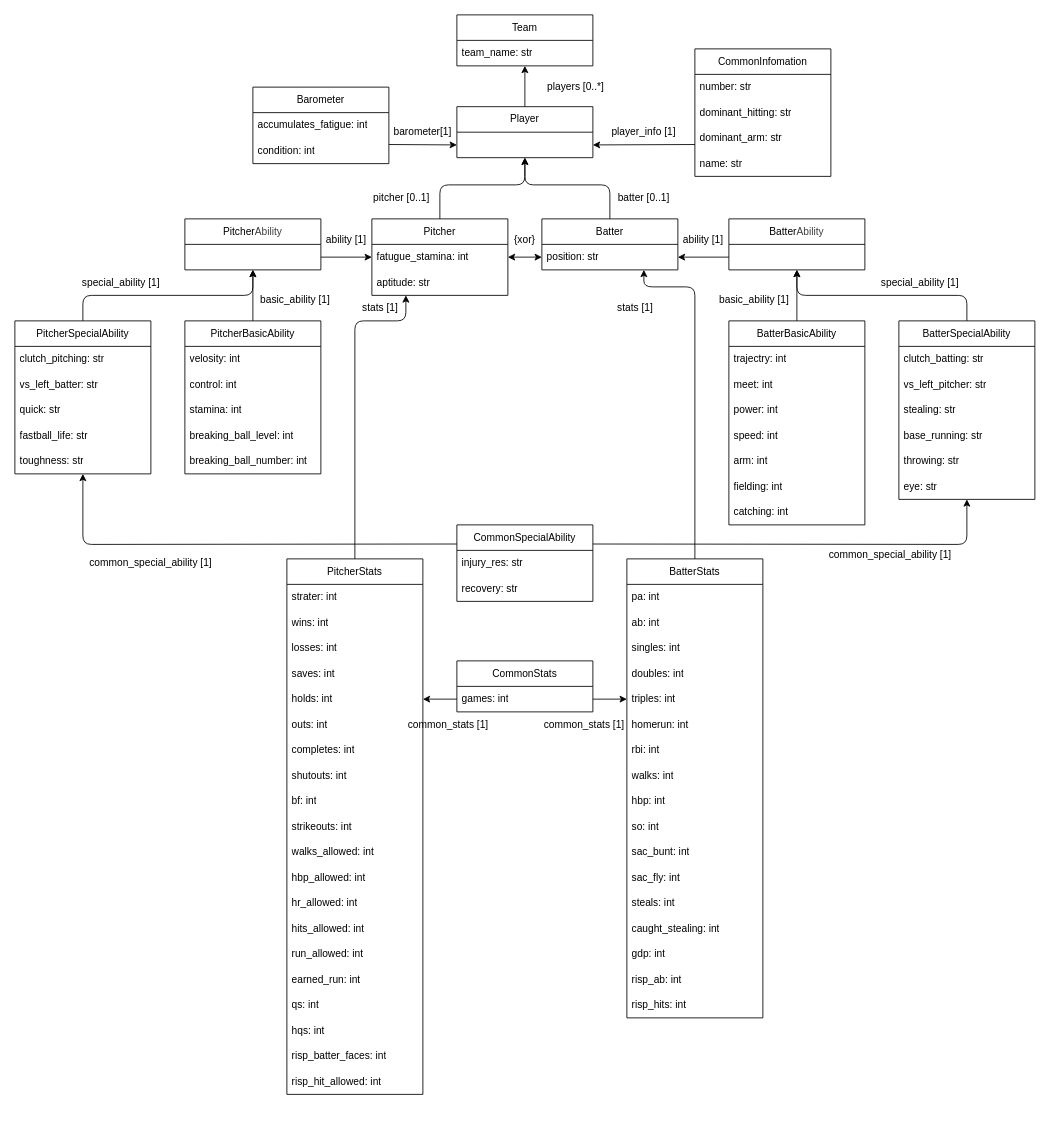
This is docs/data_model.drawio from kuwamin/baseball-simulator, a draw.io file, before an edit. Source tidied: cells renumbered, new cells numbered last; positions are measured from the earlier drawing's top-left corner, leaving out a move shared by most shapes. Both pictures are drawn from the tidied source at 85%, with x=0, y=0 at pixel (14, 14).
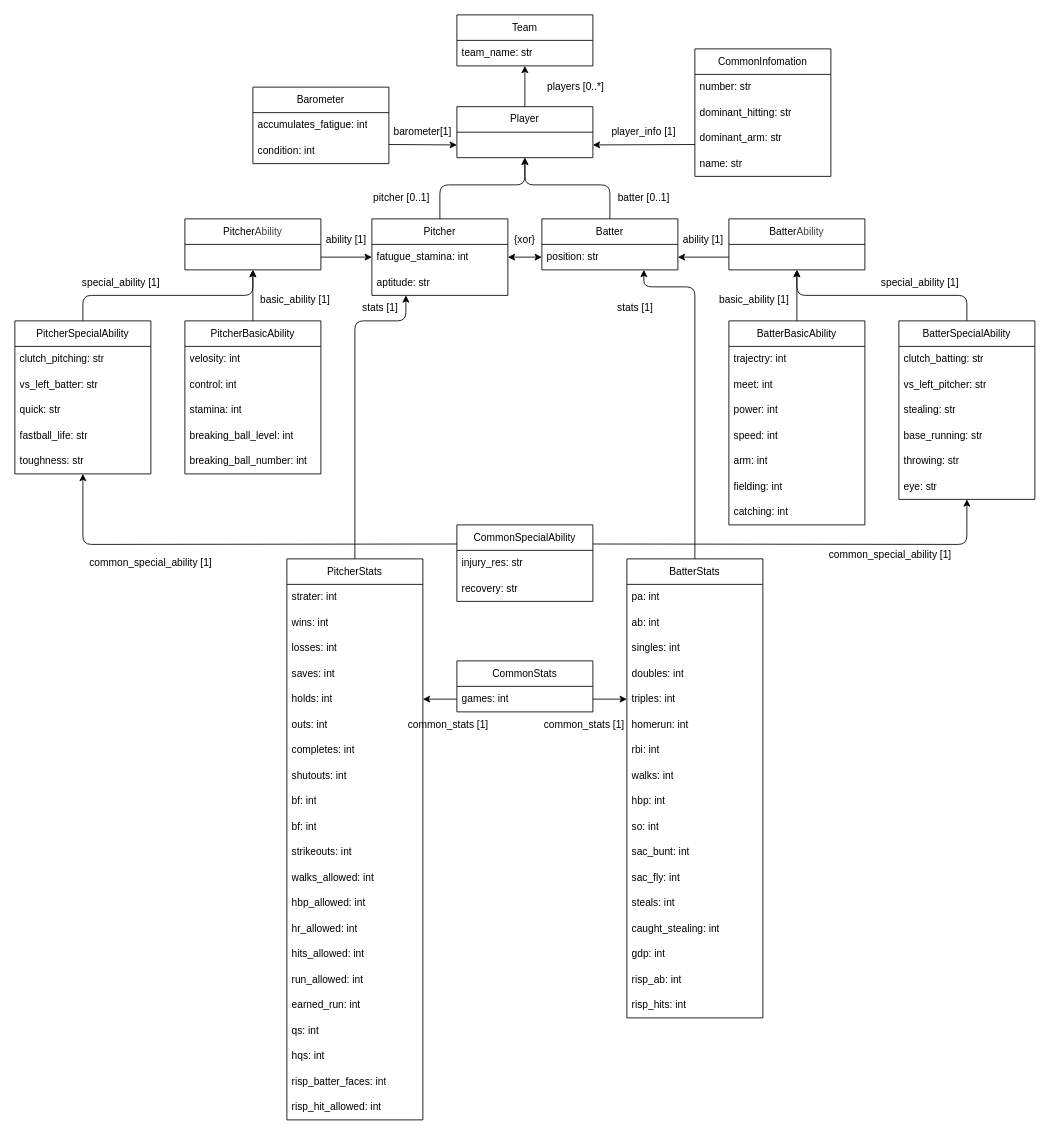
Above is the later version.

The edit, as a diff of the source:
```diff
@@
     <mxCell id="43" value="PitcherStats" style="swimlane;fontStyle=0;horizontal=1;startSize=30;whiteSpace=wrap;html=1;" parent="1" vertex="1">
-      <mxGeometry x="320" y="640" width="160" height="630" as="geometry" />
+      <mxGeometry x="320" y="640" width="160" height="660" as="geometry" />
     </mxCell>
@@
+    <mxCell id="127" value="bf: int" style="text;strokeColor=none;fillColor=none;align=left;verticalAlign=middle;spacingLeft=4;spacingRight=4;overflow=hidden;whiteSpace=wrap;html=1;" parent="43" vertex="1">
+      <mxGeometry y="300" width="160" height="30" as="geometry" />
+    </mxCell>
     <mxCell id="53" value="strikeouts: int" style="text;strokeColor=none;fillColor=none;align=left;verticalAlign=middle;spacingLeft=4;spacingRight=4;overflow=hidden;whiteSpace=wrap;html=1;" parent="43" vertex="1">
-      <mxGeometry y="300" width="160" height="30" as="geometry" />
+      <mxGeometry y="330" width="160" height="30" as="geometry" />
     </mxCell>
     <mxCell id="54" value="walks_allowed: int" style="text;strokeColor=none;fillColor=none;align=left;verticalAlign=middle;spacingLeft=4;spacingRight=4;overflow=hidden;whiteSpace=wrap;html=1;" parent="43" vertex="1">
-      <mxGeometry y="330" width="160" height="30" as="geometry" />
+      <mxGeometry y="360" width="160" height="30" as="geometry" />
     </mxCell>
     <mxCell id="55" value="hbp_allowed: int" style="text;strokeColor=none;fillColor=none;align=left;verticalAlign=middle;spacingLeft=4;spacingRight=4;overflow=hidden;whiteSpace=wrap;html=1;" parent="43" vertex="1">
-      <mxGeometry y="360" width="160" height="30" as="geometry" />
+      <mxGeometry y="390" width="160" height="30" as="geometry" />
     </mxCell>
     <mxCell id="56" value="hr_allowed: int" style="text;strokeColor=none;fillColor=none;align=left;verticalAlign=middle;spacingLeft=4;spacingRight=4;overflow=hidden;whiteSpace=wrap;html=1;" parent="43" vertex="1">
-      <mxGeometry y="390" width="160" height="30" as="geometry" />
+      <mxGeometry y="420" width="160" height="30" as="geometry" />
     </mxCell>
     <mxCell id="57" value="hits_allowed: int" style="text;strokeColor=none;fillColor=none;align=left;verticalAlign=middle;spacingLeft=4;spacingRight=4;overflow=hidden;whiteSpace=wrap;html=1;" parent="43" vertex="1">
-      <mxGeometry y="420" width="160" height="30" as="geometry" />
+      <mxGeometry y="450" width="160" height="30" as="geometry" />
     </mxCell>
     <mxCell id="58" value="run_allowed: int" style="text;strokeColor=none;fillColor=none;align=left;verticalAlign=middle;spacingLeft=4;spacingRight=4;overflow=hidden;whiteSpace=wrap;html=1;" parent="43" vertex="1">
-      <mxGeometry y="450" width="160" height="30" as="geometry" />
+      <mxGeometry y="480" width="160" height="30" as="geometry" />
     </mxCell>
     <mxCell id="59" value="earned_run: int" style="text;strokeColor=none;fillColor=none;align=left;verticalAlign=middle;spacingLeft=4;spacingRight=4;overflow=hidden;whiteSpace=wrap;html=1;" parent="43" vertex="1">
-      <mxGeometry y="480" width="160" height="30" as="geometry" />
+      <mxGeometry y="510" width="160" height="30" as="geometry" />
     </mxCell>
     <mxCell id="60" value="qs: int" style="text;strokeColor=none;fillColor=none;align=left;verticalAlign=middle;spacingLeft=4;spacingRight=4;overflow=hidden;whiteSpace=wrap;html=1;" parent="43" vertex="1">
-      <mxGeometry y="510" width="160" height="30" as="geometry" />
+      <mxGeometry y="540" width="160" height="30" as="geometry" />
     </mxCell>
     <mxCell id="61" value="hqs: int" style="text;strokeColor=none;fillColor=none;align=left;verticalAlign=middle;spacingLeft=4;spacingRight=4;overflow=hidden;whiteSpace=wrap;html=1;" parent="43" vertex="1">
-      <mxGeometry y="540" width="160" height="30" as="geometry" />
+      <mxGeometry y="570" width="160" height="30" as="geometry" />
     </mxCell>
     <mxCell id="62" value="risp_batter_faces: int" style="text;strokeColor=none;fillColor=none;align=left;verticalAlign=middle;spacingLeft=4;spacingRight=4;overflow=hidden;whiteSpace=wrap;html=1;" parent="43" vertex="1">
-      <mxGeometry y="570" width="160" height="30" as="geometry" />
+      <mxGeometry y="600" width="160" height="30" as="geometry" />
     </mxCell>
     <mxCell id="63" value="risp_hit_allowed: int" style="text;strokeColor=none;fillColor=none;align=left;verticalAlign=middle;spacingLeft=4;spacingRight=4;overflow=hidden;whiteSpace=wrap;html=1;" parent="43" vertex="1">
-      <mxGeometry y="600" width="160" height="30" as="geometry" />
+      <mxGeometry y="630" width="160" height="30" as="geometry" />
     </mxCell>
```
